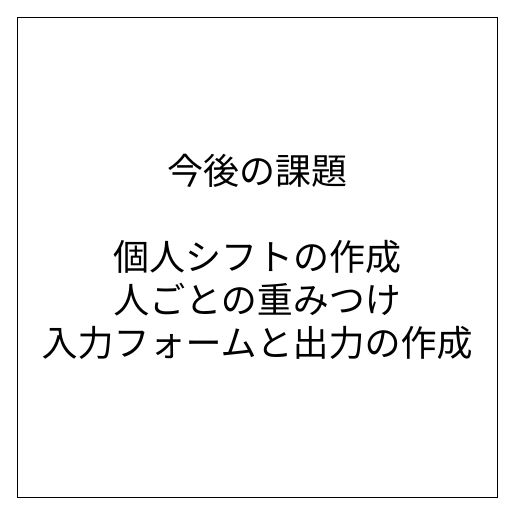
Before: page "次回への課題" (10 of 10) of ASSHIFT.drawio in shugoY45/portfolio, a draw.io diagram. Source tidied: cells renumbered, new cells numbered last; positions are measured from the earlier drawing's top-left corner, leaving out a move shared by most shapes. Both pictures are drawn from the tidied source at 100%, with x=0, y=0 at pixel (17, 17).
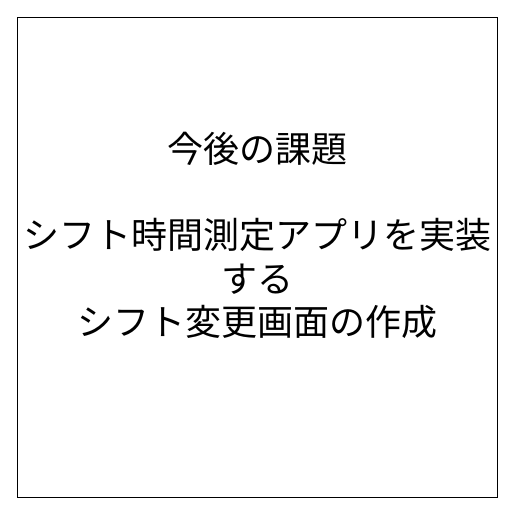
The same diagram, later.

Change to the diagram source:
```diff
@@
 <mxGraphModel>
   <root>
     <mxCell id="0" />
     <mxCell id="1" parent="0" />
-    <mxCell id="2" value="&lt;font style=&quot;font-size: 36px&quot;&gt;今後の課題&lt;br&gt;&lt;br&gt;個人シフトの作成&lt;br&gt;人ごとの重みつけ&lt;br&gt;入力フォームと出力の作成&lt;/font&gt;" style="whiteSpace=wrap;html=1;" parent="1" vertex="1">
+    <mxCell id="2" value="&lt;font style=&quot;font-size: 36px&quot;&gt;今後の課題&lt;br&gt;&lt;br&gt;シフト時間測定アプリを実装する&lt;br&gt;シフト変更画面の作成&lt;br&gt;&lt;br&gt;&lt;/font&gt;" style="whiteSpace=wrap;html=1;" parent="1" vertex="1">
       <mxGeometry width="480" height="480" as="geometry" />
     </mxCell>
   </root>
 </mxGraphModel>
```
